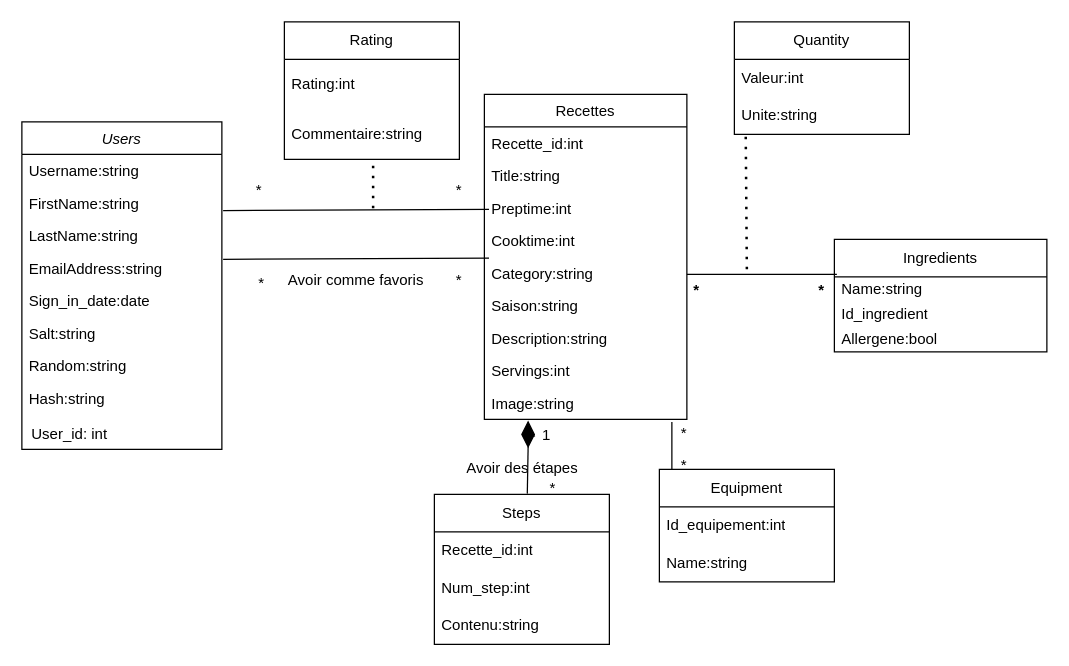
Earlier version of the draw.io diagram Diagramme UML.drawio (justinetsd/PROJET). Source tidied: cells renumbered, new cells numbered last; positions are measured from the earlier drawing's top-left corner, leaving out a move shared by most shapes. Both pictures are drawn from the tidied source at 125%, with x=0, y=0 at pixel (21, 21).
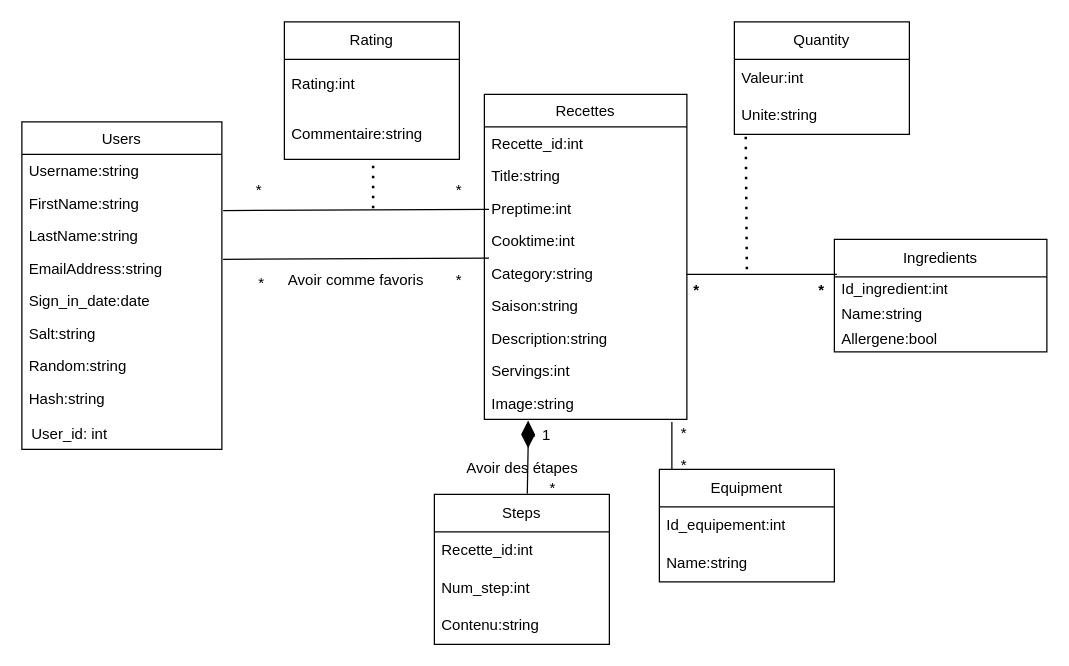
The same diagram, later.

Commit message (it also covers changes not shown here):
petite correction diagramme UML et correction oubli création tables Recette_Ingredient et Recette_Equipement, suppression partie ajout recettes car Eva s'en occupe

Unchanged cells that the change refers to:
```xml
<mxCell id="21" value="Ingredients" style="swimlane;fontStyle=0;horizontal=1;startSize=30;whiteSpace=wrap;html=1;" parent="1" vertex="1">
  <mxGeometry x="650" y="174" width="170" height="90" as="geometry" />
</mxCell>
```

Change to the diagram source:
```diff
@@
-    <mxCell id="2" value="Users" style="swimlane;fontStyle=2;align=center;verticalAlign=top;horizontal=1;startSize=26;rounded=0;shadow=0;strokeWidth=1;" parent="1" vertex="1">
+    <mxCell id="2" value="Users" style="swimlane;fontStyle=0;align=center;verticalAlign=top;horizontal=1;startSize=26;rounded=0;shadow=0;strokeWidth=1;" parent="1" vertex="1">
       <mxGeometry y="80" width="160" height="262" as="geometry" />
     </mxCell>
@@
+    <mxCell id="23" value="Id_ingredient:int" style="text;strokeColor=none;fillColor=none;align=left;verticalAlign=middle;spacingLeft=4;spacingRight=4;overflow=hidden;whiteSpace=wrap;html=1;" parent="21" vertex="1">
+      <mxGeometry y="30" width="170" height="20" as="geometry" />
+    </mxCell>
     <mxCell id="22" value="Name:string" style="text;strokeColor=none;fillColor=none;align=left;verticalAlign=middle;spacingLeft=4;spacingRight=4;overflow=hidden;whiteSpace=wrap;html=1;" parent="21" vertex="1">
-      <mxGeometry y="30" width="170" height="20" as="geometry" />
+      <mxGeometry y="50" width="170" height="20" as="geometry" />
     </mxCell>
-    <mxCell id="23" value="Id_ingredient" style="text;strokeColor=none;fillColor=none;align=left;verticalAlign=middle;spacingLeft=4;spacingRight=4;overflow=hidden;whiteSpace=wrap;html=1;" parent="21" vertex="1">
-      <mxGeometry y="50" width="170" height="20" as="geometry" />
-    </mxCell>
```
